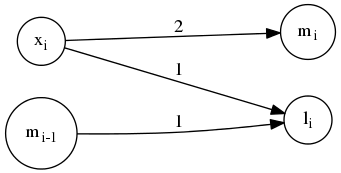
Earlier version of the Graphviz export p1/img/izquierda-alguno.png (Serede/neuro-1718). Its source is kept beside it as p1/img/izquierda-alguno.dot. Its diagram source:
```dot
digraph mcculloch_pitts {
	rankdir=LR;
	ranksep = 2.0;

	node [shape = circle];


	subgraph X1 {
		x_i [label = <x<SUB>i</SUB>>];
		m_i [label = <m<SUB>i-1</SUB>>];
		m [label = <m<SUB>i</SUB>>];

		x_i -> 	m [ label = 2, weight=1]
	}


	subgraph L {
		l_i [label = <l<SUB>i</SUB>>]

		x_i -> l_i [ label = 1, weight=1 ]

		m_i -> l_i [ label = 1, weight=1 ]
	}
}
```
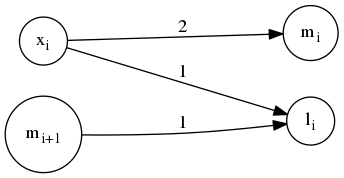
After the commit.

What changed in the source:
```diff
@@ -7,7 +7,7 @@
 
 	subgraph X1 {
 		x_i [label = <x<SUB>i</SUB>>];
-		m_i [label = <m<SUB>i-1</SUB>>];
+		m_i [label = <m<SUB>i+1</SUB>>];
 		m [label = <m<SUB>i</SUB>>];
 
 		x_i -> 	m [ label = 2, weight=1]
```
